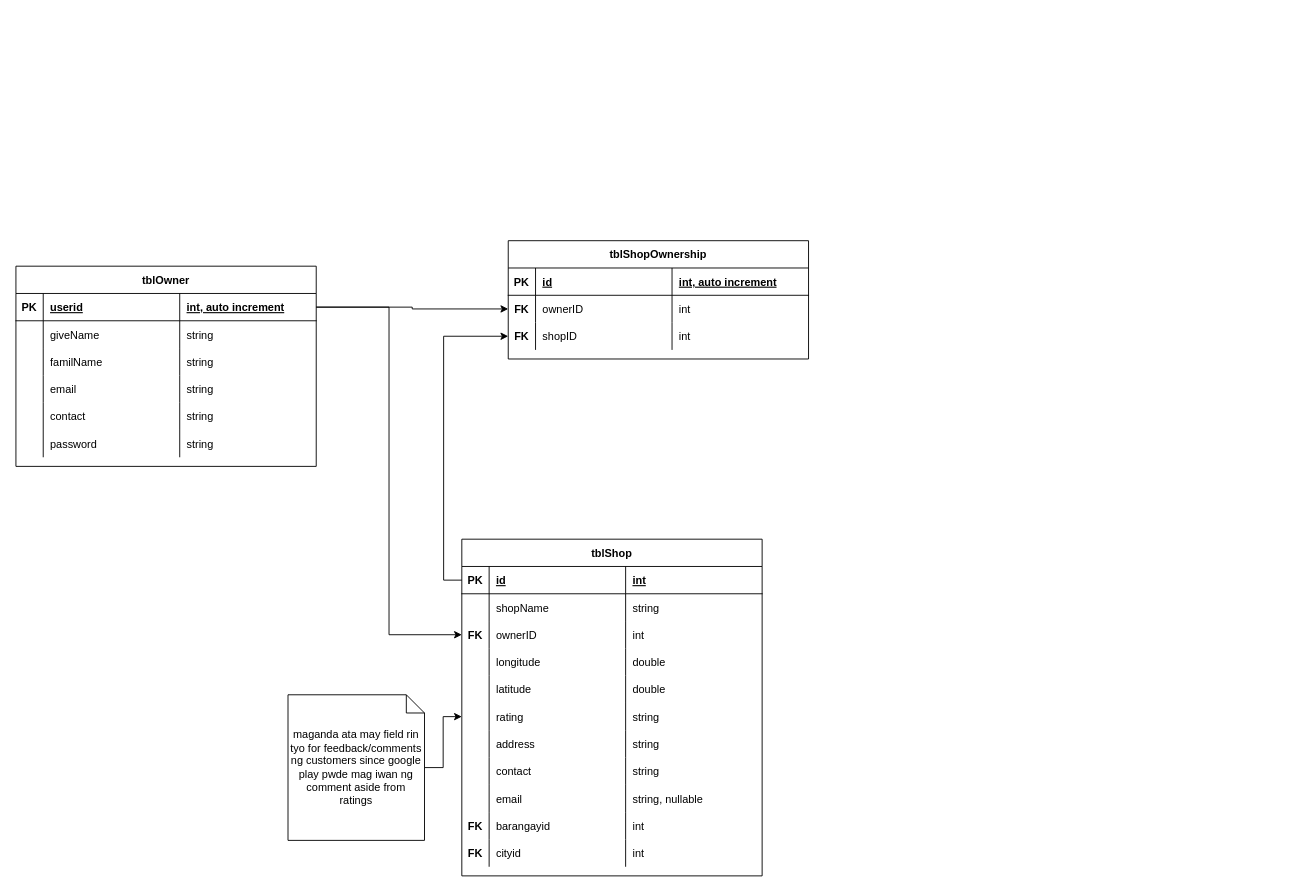
Above: page "Page-1" (1 of 2) of Diagrams/ERD.drawio in iampotato16/AppointCut (draw.io), before the change. Source tidied: cells renumbered, new cells numbered last; positions are measured from the earlier drawing's top-left corner, leaving out a move shared by most shapes. Both pictures are drawn from the tidied source at 91%, with x=0, y=0 at pixel (15, 240).
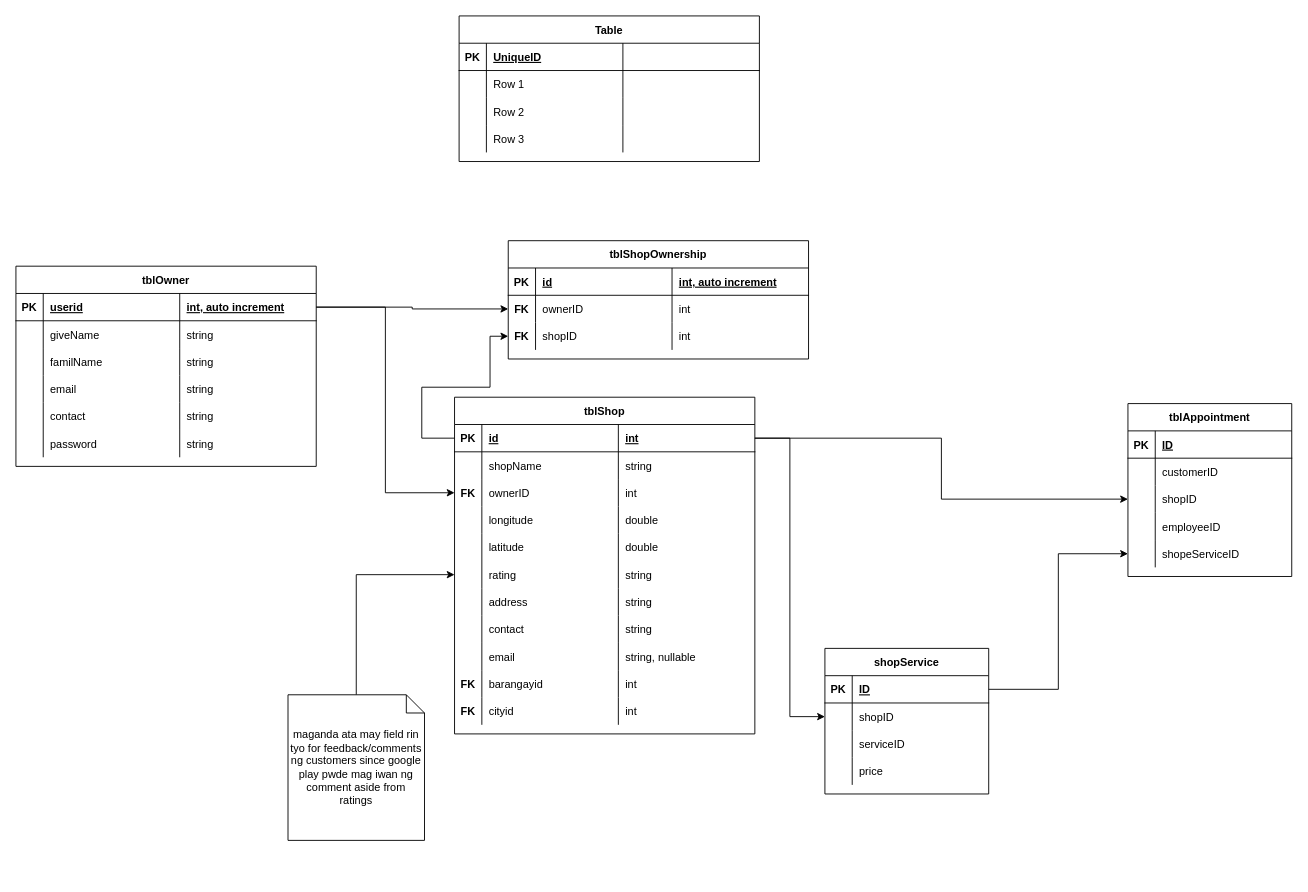
The same diagram, later.

The change refers to these unchanged cells:
```xml
<mxCell id="3" style="shape=partialRectangle;fillColor=none;top=0;left=0;bottom=1;right=0;points=[[0,0.5],[1,0.5]];portConstraint=eastwest;strokeColor=default;" parent="2" vertex="1">
  <mxGeometry y="30" width="330" height="30" as="geometry" />
</mxCell>
<mxCell id="84" style="shape=partialRectangle;fillColor=none;top=0;left=0;bottom=0;right=0;points=[[0,0.5],[1,0.5]];portConstraint=eastwest;" parent="75" vertex="1">
  <mxGeometry y="90" width="330" height="30" as="geometry" />
</mxCell>
```

Change to the diagram source:
```diff
@@
     <mxCell id="2" value="tblShop" style="shape=table;startSize=30;childLayout=tableLayout;rowLines=0;fontStyle=1;align=center;strokeColor=default;" parent="1" vertex="1">
-      <mxGeometry x="490" y="328" width="330" height="370" as="geometry" />
+      <mxGeometry x="482" y="172" width="330" height="370" as="geometry" />
     </mxCell>
@@
     <mxCell id="89" style="edgeStyle=orthogonalEdgeStyle;rounded=0;jettySize=auto;html=1;" parent="1" edge="1" source="3" target="84">
       <mxGeometry relative="1" as="geometry">
         <Array as="points">
-          <mxPoint x="470" y="373" />
-          <mxPoint x="470" y="105" />
+          <mxPoint x="446" y="217" />
+          <mxPoint x="446" y="161" />
+          <mxPoint x="521" y="161" />
+          <mxPoint x="521" y="105" />
         </Array>
       </mxGeometry>
     </mxCell>
@@
+    <mxCell id="91" value="tblAppointment" style="shape=table;startSize=30;childLayout=tableLayout;rowLines=0;fontStyle=1;align=center;" parent="1" vertex="1">
+      <mxGeometry x="1222" y="179" width="180" height="190" as="geometry" />
+    </mxCell>
+    <mxCell id="92" style="shape=partialRectangle;fillColor=none;top=0;left=0;bottom=1;right=0;" parent="91" vertex="1">
+      <mxGeometry y="30" width="180" height="30" as="geometry" />
+    </mxCell>
+    <mxCell id="93" value="PK" style="shape=partialRectangle;fillColor=none;top=0;left=0;bottom=0;right=0;fontStyle=1;overflow=hidden;" parent="92" vertex="1">
+      <mxGeometry width="30" height="30" as="geometry" />
+    </mxCell>
+    <mxCell id="94" value="ID" style="shape=partialRectangle;fillColor=none;top=0;left=0;bottom=0;right=0;align=left;spacingLeft=6;fontStyle=5;overflow=hidden;" parent="92" vertex="1">
+      <mxGeometry x="30" width="150" height="30" as="geometry" />
+    </mxCell>
+    <mxCell id="95" style="shape=partialRectangle;fillColor=none;top=0;left=0;bottom=0;right=0;" parent="91" vertex="1">
+      <mxGeometry y="60" width="180" height="30" as="geometry" />
+    </mxCell>
+    <mxCell id="96" style="shape=partialRectangle;fillColor=none;top=0;left=0;bottom=0;right=0;overflow=hidden;" parent="95" vertex="1">
+      <mxGeometry width="30" height="30" as="geometry" />
+    </mxCell>
+    <mxCell id="97" value="customerID" style="shape=partialRectangle;fillColor=none;top=0;left=0;bottom=0;right=0;align=left;spacingLeft=6;overflow=hidden;" parent="95" vertex="1">
+      <mxGeometry x="30" width="150" height="30" as="geometry" />
+    </mxCell>
+    <mxCell id="98" style="shape=partialRectangle;fillColor=none;top=0;left=0;bottom=0;right=0;points=[[0,0.5],[1,0.5]];portConstraint=eastwest;" parent="91" vertex="1">
+      <mxGeometry y="90" width="180" height="30" as="geometry" />
+    </mxCell>
+    <mxCell id="99" style="shape=partialRectangle;fillColor=none;top=0;left=0;bottom=0;right=0;overflow=hidden;" parent="98" vertex="1">
+      <mxGeometry width="30" height="30" as="geometry" />
+    </mxCell>
+    <mxCell id="100" value="shopID" style="shape=partialRectangle;fillColor=none;top=0;left=0;bottom=0;right=0;align=left;spacingLeft=6;overflow=hidden;" parent="98" vertex="1">
+      <mxGeometry x="30" width="150" height="30" as="geometry" />
+    </mxCell>
+    <mxCell id="101" style="shape=partialRectangle;fillColor=none;top=0;left=0;bottom=0;right=0;" parent="91" vertex="1">
+      <mxGeometry y="120" width="180" height="30" as="geometry" />
+    </mxCell>
+    <mxCell id="102" style="shape=partialRectangle;fillColor=none;top=0;left=0;bottom=0;right=0;overflow=hidden;" parent="101" vertex="1">
+      <mxGeometry width="30" height="30" as="geometry" />
+    </mxCell>
+    <mxCell id="103" value="employeeID" style="shape=partialRectangle;fillColor=none;top=0;left=0;bottom=0;right=0;align=left;spacingLeft=6;overflow=hidden;" parent="101" vertex="1">
+      <mxGeometry x="30" width="150" height="30" as="geometry" />
+    </mxCell>
+    <mxCell id="104" style="shape=partialRectangle;fillColor=none;top=0;left=0;bottom=0;right=0;points=[[0,0.5],[1,0.5]];portConstraint=eastwest;" parent="91" vertex="1">
+      <mxGeometry y="150" width="180" height="30" as="geometry" />
+    </mxCell>
+    <mxCell id="105" style="shape=partialRectangle;fillColor=none;top=0;left=0;bottom=0;right=0;overflow=hidden;" parent="104" vertex="1">
+      <mxGeometry width="30" height="30" as="geometry" />
+    </mxCell>
+    <mxCell id="106" value="shopeServiceID" style="shape=partialRectangle;fillColor=none;top=0;left=0;bottom=0;right=0;align=left;spacingLeft=6;overflow=hidden;" parent="104" vertex="1">
+      <mxGeometry x="30" width="150" height="30" as="geometry" />
+    </mxCell>
+    <mxCell id="107" style="edgeStyle=orthogonalEdgeStyle;rounded=0;jettySize=auto;html=1;" parent="1" edge="1" source="3" target="98">
+      <mxGeometry relative="1" as="geometry" />
+    </mxCell>
+    <mxCell id="108" value="shopService" style="shape=table;startSize=30;childLayout=tableLayout;rowLines=0;fontStyle=1;align=center;" parent="1" vertex="1">
+      <mxGeometry x="889" y="448" width="180" height="160" as="geometry" />
+    </mxCell>
+    <mxCell id="109" style="shape=partialRectangle;fillColor=none;top=0;left=0;bottom=1;right=0;points=[[0,0.5],[1,0.5]];portConstraint=eastwest;" parent="108" vertex="1">
+      <mxGeometry y="30" width="180" height="30" as="geometry" />
+    </mxCell>
+    <mxCell id="110" value="PK" style="shape=partialRectangle;fillColor=none;top=0;left=0;bottom=0;right=0;fontStyle=1;overflow=hidden;" parent="109" vertex="1">
+      <mxGeometry width="30" height="30" as="geometry" />
+    </mxCell>
+    <mxCell id="111" value="ID" style="shape=partialRectangle;fillColor=none;top=0;left=0;bottom=0;right=0;align=left;spacingLeft=6;fontStyle=5;overflow=hidden;" parent="109" vertex="1">
+      <mxGeometry x="30" width="150" height="30" as="geometry" />
+    </mxCell>
+    <mxCell id="112" style="shape=partialRectangle;fillColor=none;top=0;left=0;bottom=0;right=0;points=[[0,0.5],[1,0.5]];portConstraint=eastwest;" parent="108" vertex="1">
+      <mxGeometry y="60" width="180" height="30" as="geometry" />
+    </mxCell>
+    <mxCell id="113" style="shape=partialRectangle;fillColor=none;top=0;left=0;bottom=0;right=0;overflow=hidden;" parent="112" vertex="1">
+      <mxGeometry width="30" height="30" as="geometry" />
+    </mxCell>
+    <mxCell id="114" value="shopID" style="shape=partialRectangle;fillColor=none;top=0;left=0;bottom=0;right=0;align=left;spacingLeft=6;overflow=hidden;" parent="112" vertex="1">
+      <mxGeometry x="30" width="150" height="30" as="geometry" />
+    </mxCell>
+    <mxCell id="115" style="shape=partialRectangle;fillColor=none;top=0;left=0;bottom=0;right=0;" parent="108" vertex="1">
+      <mxGeometry y="90" width="180" height="30" as="geometry" />
+    </mxCell>
+    <mxCell id="116" style="shape=partialRectangle;fillColor=none;top=0;left=0;bottom=0;right=0;overflow=hidden;" parent="115" vertex="1">
+      <mxGeometry width="30" height="30" as="geometry" />
+    </mxCell>
+    <mxCell id="117" value="serviceID" style="shape=partialRectangle;fillColor=none;top=0;left=0;bottom=0;right=0;align=left;spacingLeft=6;overflow=hidden;" parent="115" vertex="1">
+      <mxGeometry x="30" width="150" height="30" as="geometry" />
+    </mxCell>
+    <mxCell id="118" style="shape=partialRectangle;fillColor=none;top=0;left=0;bottom=0;right=0;" parent="108" vertex="1">
+      <mxGeometry y="120" width="180" height="30" as="geometry" />
+    </mxCell>
+    <mxCell id="119" style="shape=partialRectangle;fillColor=none;top=0;left=0;bottom=0;right=0;overflow=hidden;" parent="118" vertex="1">
+      <mxGeometry width="30" height="30" as="geometry" />
+    </mxCell>
+    <mxCell id="120" value="price" style="shape=partialRectangle;fillColor=none;top=0;left=0;bottom=0;right=0;align=left;spacingLeft=6;overflow=hidden;" parent="118" vertex="1">
+      <mxGeometry x="30" width="150" height="30" as="geometry" />
+    </mxCell>
+    <mxCell id="121" style="edgeStyle=orthogonalEdgeStyle;rounded=0;jettySize=auto;html=1;" parent="1" edge="1" source="3" target="112">
+      <mxGeometry relative="1" as="geometry" />
+    </mxCell>
+    <mxCell id="122" style="edgeStyle=orthogonalEdgeStyle;rounded=0;jettySize=auto;html=1;" parent="1" edge="1" source="109" target="104">
+      <mxGeometry relative="1" as="geometry" />
+    </mxCell>
+    <mxCell id="123" value="Table" style="shape=table;startSize=30;childLayout=tableLayout;rowLines=0;fontStyle=1;align=center;" parent="1" vertex="1">
+      <mxGeometry x="487" y="-247" width="330" height="160" as="geometry" />
+    </mxCell>
+    <mxCell id="124" style="shape=partialRectangle;fillColor=none;top=0;left=0;bottom=1;right=0;" parent="123" vertex="1">
+      <mxGeometry y="30" width="330" height="30" as="geometry" />
+    </mxCell>
+    <mxCell id="125" value="PK" style="shape=partialRectangle;fillColor=none;top=0;left=0;bottom=0;right=0;fontStyle=1;overflow=hidden;" parent="124" vertex="1">
+      <mxGeometry width="30" height="30" as="geometry" />
+    </mxCell>
+    <mxCell id="126" value="UniqueID" style="shape=partialRectangle;fillColor=none;top=0;left=0;bottom=0;right=0;align=left;spacingLeft=6;fontStyle=5;overflow=hidden;" parent="124" vertex="1">
+      <mxGeometry x="30" width="150" height="30" as="geometry" />
+    </mxCell>
+    <mxCell id="127" style="shape=partialRectangle;fillColor=none;top=0;left=0;bottom=0;right=0;align=left;spacingLeft=6;fontStyle=5;overflow=hidden;" parent="124" vertex="1">
+      <mxGeometry x="180" width="150" height="30" as="geometry" />
+    </mxCell>
+    <mxCell id="128" style="shape=partialRectangle;fillColor=none;top=0;left=0;bottom=0;right=0;" parent="123" vertex="1">
+      <mxGeometry y="60" width="330" height="30" as="geometry" />
+    </mxCell>
+    <mxCell id="129" style="shape=partialRectangle;fillColor=none;top=0;left=0;bottom=0;right=0;overflow=hidden;" parent="128" vertex="1">
+      <mxGeometry width="30" height="30" as="geometry" />
+    </mxCell>
+    <mxCell id="130" value="Row 1" style="shape=partialRectangle;fillColor=none;top=0;left=0;bottom=0;right=0;align=left;spacingLeft=6;overflow=hidden;" parent="128" vertex="1">
+      <mxGeometry x="30" width="150" height="30" as="geometry" />
+    </mxCell>
+    <mxCell id="131" style="shape=partialRectangle;fillColor=none;top=0;left=0;bottom=0;right=0;align=left;spacingLeft=6;overflow=hidden;" parent="128" vertex="1">
+      <mxGeometry x="180" width="150" height="30" as="geometry" />
+    </mxCell>
+    <mxCell id="132" style="shape=partialRectangle;fillColor=none;top=0;left=0;bottom=0;right=0;" parent="123" vertex="1">
+      <mxGeometry y="90" width="330" height="30" as="geometry" />
+    </mxCell>
+    <mxCell id="133" style="shape=partialRectangle;fillColor=none;top=0;left=0;bottom=0;right=0;overflow=hidden;" parent="132" vertex="1">
+      <mxGeometry width="30" height="30" as="geometry" />
+    </mxCell>
+    <mxCell id="134" value="Row 2" style="shape=partialRectangle;fillColor=none;top=0;left=0;bottom=0;right=0;align=left;spacingLeft=6;overflow=hidden;" parent="132" vertex="1">
+      <mxGeometry x="30" width="150" height="30" as="geometry" />
+    </mxCell>
+    <mxCell id="135" style="shape=partialRectangle;fillColor=none;top=0;left=0;bottom=0;right=0;align=left;spacingLeft=6;overflow=hidden;" parent="132" vertex="1">
+      <mxGeometry x="180" width="150" height="30" as="geometry" />
+    </mxCell>
+    <mxCell id="136" style="shape=partialRectangle;fillColor=none;top=0;left=0;bottom=0;right=0;" parent="123" vertex="1">
+      <mxGeometry y="120" width="330" height="30" as="geometry" />
+    </mxCell>
+    <mxCell id="137" style="shape=partialRectangle;fillColor=none;top=0;left=0;bottom=0;right=0;overflow=hidden;" parent="136" vertex="1">
+      <mxGeometry width="30" height="30" as="geometry" />
+    </mxCell>
+    <mxCell id="138" value="Row 3" style="shape=partialRectangle;fillColor=none;top=0;left=0;bottom=0;right=0;align=left;spacingLeft=6;overflow=hidden;" parent="136" vertex="1">
+      <mxGeometry x="30" width="150" height="30" as="geometry" />
+    </mxCell>
+    <mxCell id="139" style="shape=partialRectangle;fillColor=none;top=0;left=0;bottom=0;right=0;align=left;spacingLeft=6;overflow=hidden;" parent="136" vertex="1">
+      <mxGeometry x="180" width="150" height="30" as="geometry" />
+    </mxCell>
```
